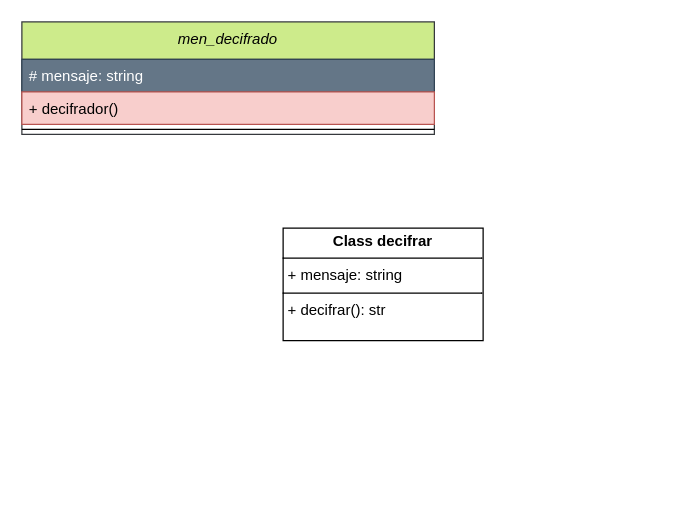
Alfonso18Feb/Classes-POO.Ind1 keeps this draw.io diagram as Puzzles.drawio. Above is the earlier version. Source tidied: cells renumbered, new cells numbered last; positions are measured from the earlier drawing's top-left corner, leaving out a move shared by most shapes. Both pictures are drawn from the tidied source at 125%, with x=0, y=0 at pixel (21, 21).
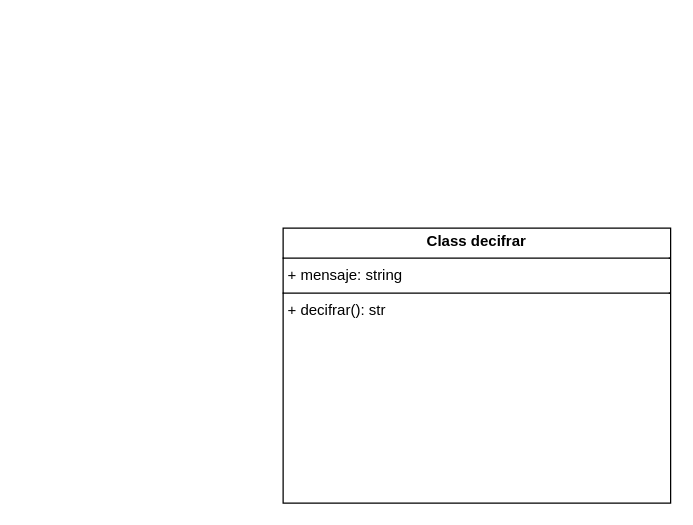
Above is the later version.

What changed in the source:
```diff
@@
 <mxGraphModel>
   <root>
     <mxCell id="0" />
     <mxCell id="1" parent="0" />
-    <mxCell id="2" value="men_decifrado" style="swimlane;fontStyle=2;align=center;verticalAlign=top;horizontal=1;startSize=30;rounded=0;shadow=0;strokeWidth=1;fillColor=#cdeb8b;strokeColor=#36393d;" parent="1" vertex="1">
-      <mxGeometry width="330" height="90" as="geometry" />
-    </mxCell>
-    <mxCell id="3" value="# mensaje: string" style="text;align=left;verticalAlign=top;spacingLeft=4;spacingRight=4;overflow=hidden;fillColor=#647687;fontColor=#ffffff;strokeColor=#314354;" parent="2" vertex="1">
-      <mxGeometry y="30" width="330" height="26" as="geometry" />
-    </mxCell>
-    <mxCell id="4" value="+ decifrador()" style="text;align=left;verticalAlign=top;spacingLeft=4;spacingRight=4;overflow=hidden;rounded=0;shadow=0;html=0;fillColor=#f8cecc;strokeColor=#b85450;" parent="2" vertex="1">
-      <mxGeometry y="56" width="330" height="26" as="geometry" />
-    </mxCell>
-    <mxCell id="5" style="line;html=1;strokeWidth=1;align=left;verticalAlign=middle;spacingTop=-1;spacingLeft=3;spacingRight=3;labelPosition=right;" parent="2" vertex="1">
-      <mxGeometry y="82" width="330" height="8" as="geometry" />
-    </mxCell>
     <mxCell id="6" value="&lt;p style=&quot;margin:0px;margin-top:4px;text-align:center;&quot;&gt;&lt;b&gt;Class decifrar&lt;/b&gt;&lt;/p&gt;&lt;hr size=&quot;1&quot; style=&quot;border-style:solid;&quot;&gt;&lt;p style=&quot;margin:0px;margin-left:4px;&quot;&gt;+ mensaje: string&lt;/p&gt;&lt;hr size=&quot;1&quot; style=&quot;border-style:solid;&quot;&gt;&lt;p style=&quot;margin:0px;margin-left:4px;&quot;&gt;+ decifrar(): str&lt;/p&gt;" style="verticalAlign=top;align=left;overflow=fill;html=1;whiteSpace=wrap;" parent="1" vertex="1">
-      <mxGeometry x="209" y="165" width="160" height="90" as="geometry" />
+      <mxGeometry x="209" y="165" width="310" height="220" as="geometry" />
     </mxCell>
   </root>
 </mxGraphModel>
```
